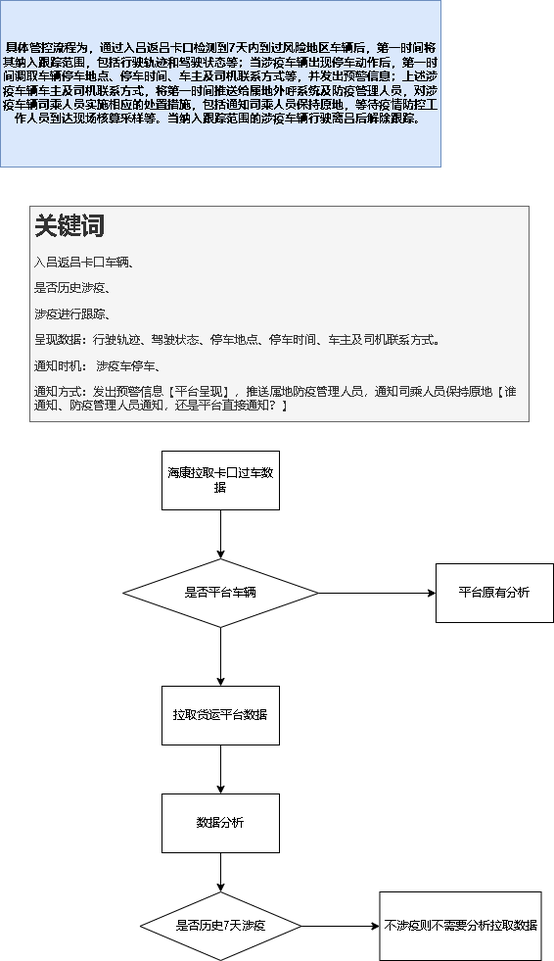
xktder/draw keeps this draw.io diagram as 吕梁疫情防控.drawio.png. Above is the earlier version. Source tidied: cells renumbered, new cells last; positions are measured from the earlier drawing's top-left corner, leaving out a move shared by most shapes.
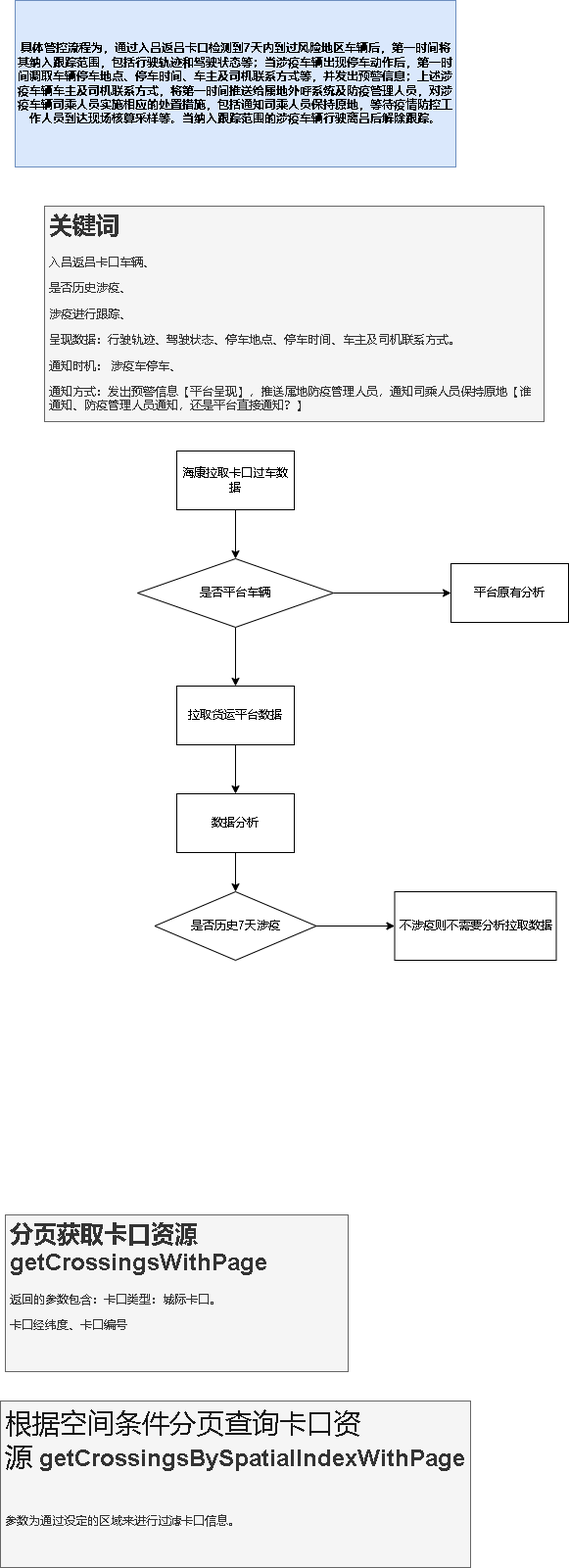
Later version of the same file.

Commit message:
更新吕梁疫情防控.drawio.png

The edit, as a diff of the source:
```diff
@@ -47,5 +47,11 @@
     <mxCell id="16" value="不涉疫则不需要分析拉取数据" style="rounded=0;whiteSpace=wrap;html=1;fontFamily=Helvetica;fontSize=12;fontColor=default;align=center;strokeColor=default;fillColor=default;" parent="1" vertex="1">
       <mxGeometry x="387.5" y="910" width="165" height="70" as="geometry" />
     </mxCell>
+    <mxCell id="17" value="&lt;h1&gt;分页获取卡口资源 getCrossingsWithPage&lt;br&gt;&lt;/h1&gt;&lt;p&gt;返回的参数包含：卡口类型：城际卡口。&lt;/p&gt;&lt;p&gt;卡口经纬度、卡口编号&lt;/p&gt;" style="text;html=1;strokeColor=#666666;fillColor=#f5f5f5;spacing=5;spacingTop=-20;whiteSpace=wrap;overflow=hidden;rounded=0;fontColor=#333333;" parent="1" vertex="1">
+      <mxGeometry x="-10" y="1240" width="350" height="160" as="geometry" />
+    </mxCell>
+    <mxCell id="18" value="&lt;h1&gt;&lt;span style=&quot;color: rgba(0, 0, 0, 0.9); font-family: &amp;quot;Microsoft Yahei&amp;quot;, &amp;quot;PingFang SC&amp;quot;, &amp;quot;Hiragino Sans GB&amp;quot;, tahoma, arial; font-size: 28px; font-weight: 400; background-color: initial;&quot;&gt;根据空间条件分页查询卡口资源&lt;/span&gt;&amp;nbsp;getCrossingsBySpatialIndexWithPage&lt;/h1&gt;&lt;br&gt;&lt;p&gt;参数为通过设定的区域来进行过滤卡口信息。&lt;/p&gt;" style="text;html=1;strokeColor=#666666;fillColor=#f5f5f5;spacing=5;spacingTop=-20;whiteSpace=wrap;overflow=hidden;rounded=0;fontColor=#333333;" parent="1" vertex="1">
+      <mxGeometry x="-15" y="1430" width="480" height="170" as="geometry" />
+    </mxCell>
   </root>
 </mxGraphModel>
```
